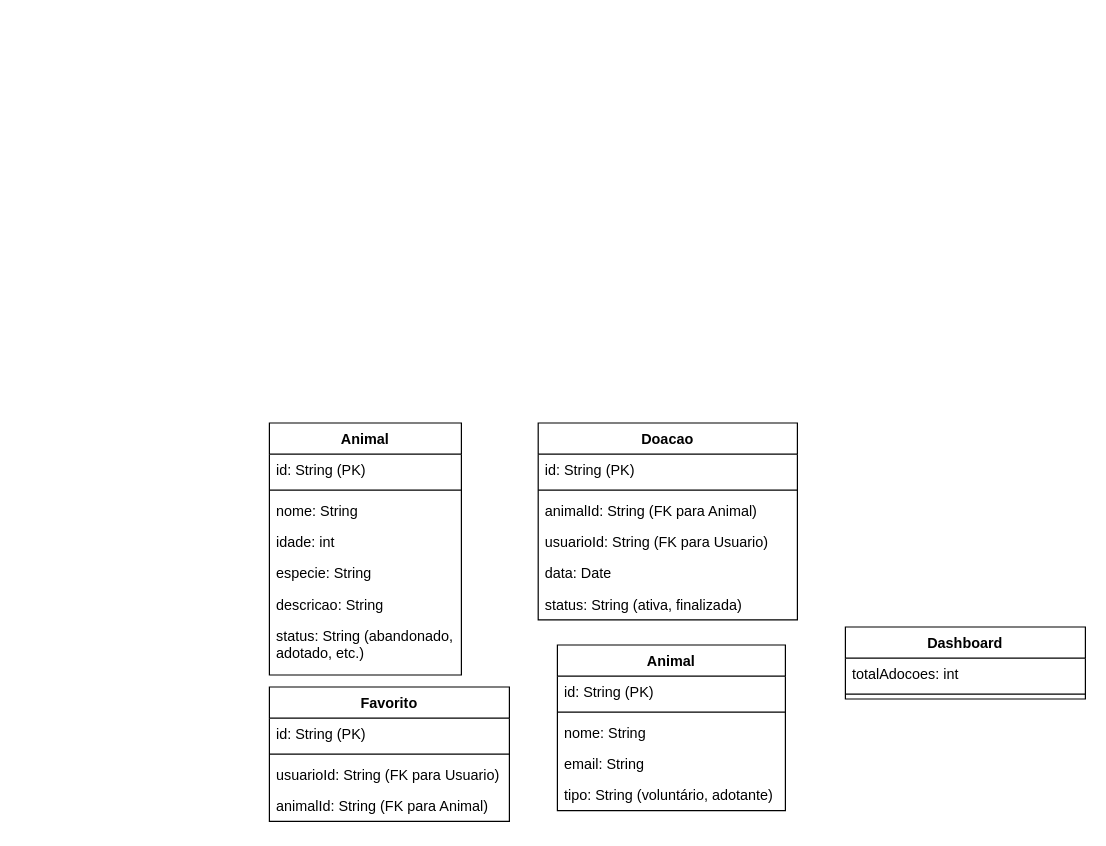
Earlier version of the draw.io diagram Diagrama MER.drawio (JoaoGans/DRAW.tcc). Source tidied: cells renumbered, new cells numbered last; positions are measured from the earlier drawing's top-left corner, leaving out a move shared by most shapes. Both pictures are drawn from the tidied source at 120%, with x=0, y=0 at pixel (269, 422).
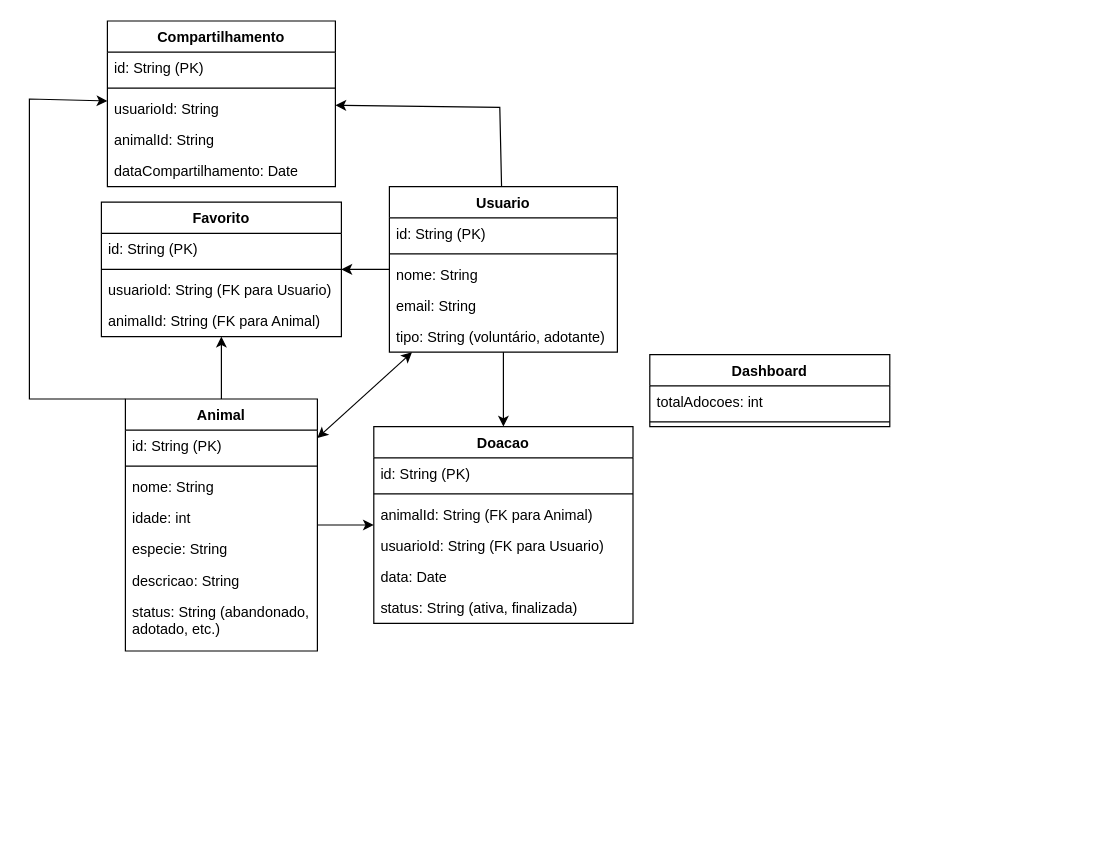
The same page after the edit.

Diff of the diagram source:
```diff
@@
     <mxCell id="2" value="Animal" style="swimlane;fontStyle=1;align=center;verticalAlign=top;horizontal=1;startSize=26;whiteSpace=wrap;html=1;" parent="1" vertex="1">
-      <mxGeometry width="160" height="210" as="geometry" />
+      <mxGeometry x="-120" y="-20" width="160" height="210" as="geometry" />
     </mxCell>
@@
     <mxCell id="10" value="Doacao" style="swimlane;fontStyle=1;align=center;verticalAlign=top;horizontal=1;startSize=26;whiteSpace=wrap;html=1;" parent="1" vertex="1">
-      <mxGeometry x="224" width="216" height="164" as="geometry" />
+      <mxGeometry x="87" y="3" width="216" height="164" as="geometry" />
     </mxCell>
@@
-    <mxCell id="17" value="Animal" style="swimlane;fontStyle=1;align=center;verticalAlign=top;horizontal=1;startSize=26;whiteSpace=wrap;html=1;" parent="1" vertex="1">
-      <mxGeometry x="240" y="185" width="190" height="138" as="geometry" />
+    <mxCell id="17" value="Usuario" style="swimlane;fontStyle=1;align=center;verticalAlign=top;horizontal=1;startSize=26;whiteSpace=wrap;html=1;" parent="1" vertex="1">
+      <mxGeometry x="100" y="-197" width="190" height="138" as="geometry" />
     </mxCell>
@@
     <mxCell id="23" value="Favorito" style="swimlane;fontStyle=1;align=center;verticalAlign=top;horizontal=1;startSize=26;whiteSpace=wrap;html=1;" parent="1" vertex="1">
-      <mxGeometry y="220" width="200" height="112" as="geometry" />
+      <mxGeometry x="-140" y="-184" width="200" height="112" as="geometry" />
     </mxCell>
@@
     <mxCell id="28" value="Dashboard" style="swimlane;fontStyle=1;align=center;verticalAlign=top;horizontal=1;startSize=26;whiteSpace=wrap;html=1;" parent="1" vertex="1">
-      <mxGeometry x="480" y="170" width="200" height="60" as="geometry" />
+      <mxGeometry x="317" y="-57" width="200" height="60" as="geometry" />
     </mxCell>
@@
+    <mxCell id="31" style="endArrow=classic;html=1;rounded=0;" parent="1" edge="1" source="17" target="23">
+      <mxGeometry relative="1" as="geometry" />
+    </mxCell>
+    <mxCell id="32" style="endArrow=classic;html=1;rounded=0;" parent="1" edge="1" source="2" target="23">
+      <mxGeometry relative="1" as="geometry" />
+    </mxCell>
+    <mxCell id="33" style="endArrow=classic;startArrow=classic;html=1;rounded=0;" parent="1" edge="1" source="2" target="17">
+      <mxGeometry relative="1" as="geometry" />
+    </mxCell>
+    <mxCell id="34" style="endArrow=classic;html=1;rounded=0;" parent="1" edge="1" source="2" target="10">
+      <mxGeometry relative="1" as="geometry" />
+    </mxCell>
+    <mxCell id="35" style="endArrow=classic;html=1;rounded=0;" parent="1" edge="1" source="17" target="10">
+      <mxGeometry relative="1" as="geometry" />
+    </mxCell>
+    <mxCell id="36" value="Compartilhamento" style="swimlane;fontStyle=1;align=center;verticalAlign=top;horizontal=1;startSize=26;whiteSpace=wrap;html=1;" parent="1" vertex="1">
+      <mxGeometry x="-135" y="-335" width="190" height="138" as="geometry" />
+    </mxCell>
+    <mxCell id="37" value="id: String (PK)" style="text;strokeColor=none;fillColor=none;align=left;verticalAlign=top;spacingLeft=4;spacingRight=4;overflow=hidden;whiteSpace=wrap;html=1;" parent="36" vertex="1">
+      <mxGeometry y="26" width="190" height="26" as="geometry" />
+    </mxCell>
+    <mxCell id="38" style="line;strokeWidth=1;fillColor=none;align=left;verticalAlign=middle;spacingTop=-1;spacingLeft=3;spacingRight=3;labelPosition=right;strokeColor=inherit;" parent="36" vertex="1">
+      <mxGeometry y="52" width="190" height="8" as="geometry" />
+    </mxCell>
+    <mxCell id="39" value="usuarioId: String" style="text;strokeColor=none;fillColor=none;align=left;verticalAlign=top;spacingLeft=4;spacingRight=4;overflow=hidden;whiteSpace=wrap;html=1;" parent="36" vertex="1">
+      <mxGeometry y="60" width="190" height="26" as="geometry" />
+    </mxCell>
+    <mxCell id="40" value="animalId: String" style="text;strokeColor=none;fillColor=none;align=left;verticalAlign=top;spacingLeft=4;spacingRight=4;overflow=hidden;whiteSpace=wrap;html=1;" parent="36" vertex="1">
+      <mxGeometry y="86" width="190" height="26" as="geometry" />
+    </mxCell>
+    <mxCell id="41" value="dataCompartilhamento: Date" style="text;strokeColor=none;fillColor=none;align=left;verticalAlign=top;spacingLeft=4;spacingRight=4;overflow=hidden;whiteSpace=wrap;html=1;" parent="36" vertex="1">
+      <mxGeometry y="112" width="190" height="26" as="geometry" />
+    </mxCell>
+    <mxCell id="42" style="endArrow=classic;html=1;rounded=0;" parent="1" edge="1" source="17" target="36">
+      <mxGeometry relative="1" as="geometry">
+        <Array as="points">
+          <mxPoint x="192" y="-263" />
+        </Array>
+      </mxGeometry>
+    </mxCell>
+    <mxCell id="43" style="endArrow=classic;html=1;rounded=0;exitX=0;exitY=0;exitDx=0;exitDy=0;" parent="1" edge="1" source="2" target="36">
+      <mxGeometry relative="1" as="geometry">
+        <Array as="points">
+          <mxPoint x="-200" y="-20" />
+          <mxPoint x="-200" y="-270" />
+        </Array>
+      </mxGeometry>
+    </mxCell>
```
